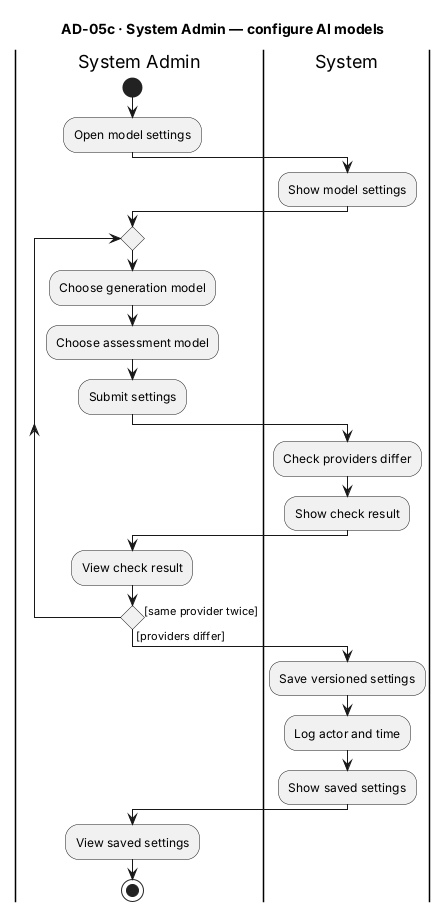
Above: reports/2026-10-16_ch1-5/figures/AD-05c_SystemAdmin_ConfigureModels.png in The-Golden-Trio/Capstone-Project (PlantUML), before the change. Its diagram source:
```plantuml
@startuml AD-05c_SystemAdmin_ConfigureModels
title AD-05c · System Admin — configure AI models

|System Admin|
|System|

|System Admin|
start
:Open model settings;
|System|
:Show model settings;
|System Admin|
repeat
  :Choose generation model;
  :Choose assessment model;
  :Submit settings;
  |System|
  :Check providers differ;
  :Show check result;
  |System Admin|
  :View check result;
repeat while () is ([same provider twice]) not ([providers differ])
|System|
:Save versioned settings;
:Log actor and time;
:Show saved settings;
|System Admin|
:View saved settings;
stop
@enduml
```
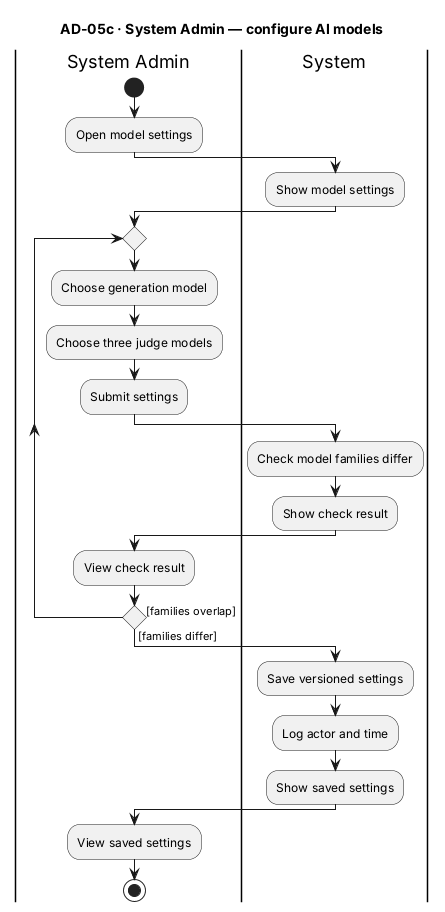
The same file after the commit.

The edit, as a diff of the source:
```diff
@@ -12,14 +12,14 @@
 |System Admin|
 repeat
   :Choose generation model;
-  :Choose assessment model;
+  :Choose three judge models;
   :Submit settings;
   |System|
-  :Check providers differ;
+  :Check model families differ;
   :Show check result;
   |System Admin|
   :View check result;
-repeat while () is ([same provider twice]) not ([providers differ])
+repeat while () is ([families overlap]) not ([families differ])
 |System|
 :Save versioned settings;
 :Log actor and time;
```
